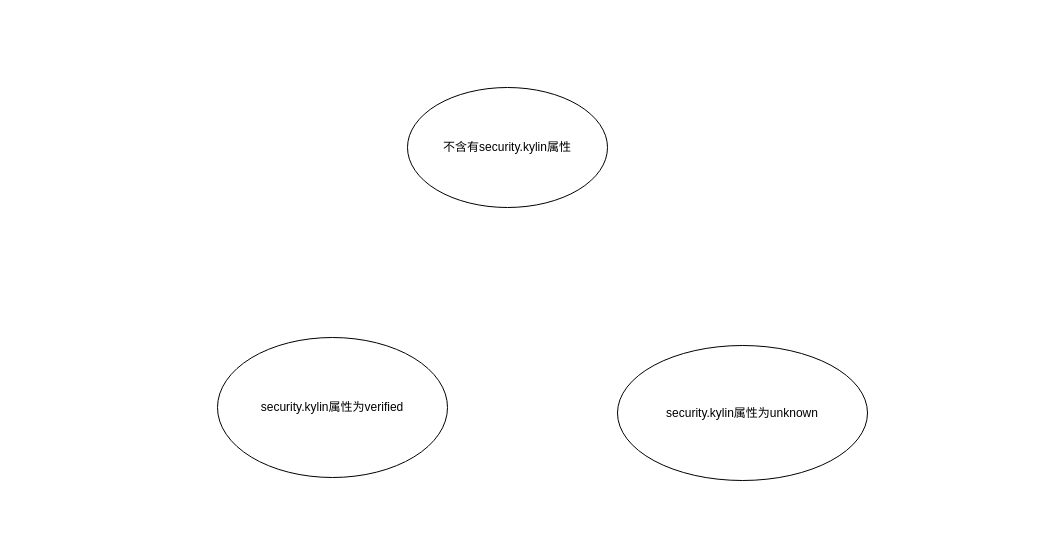
This is Doc/Diagrams/xattr_State_Transformation_Diagram.drawio from AnthemK/linux-exectl-based-on-xattr, a draw.io file, before an edit. Source tidied: cells renumbered, new cells numbered last; positions are measured from the earlier drawing's top-left corner, leaving out a move shared by most shapes. Both pictures are drawn from the tidied source at 100%, with x=0, y=0 at pixel (217, 87).
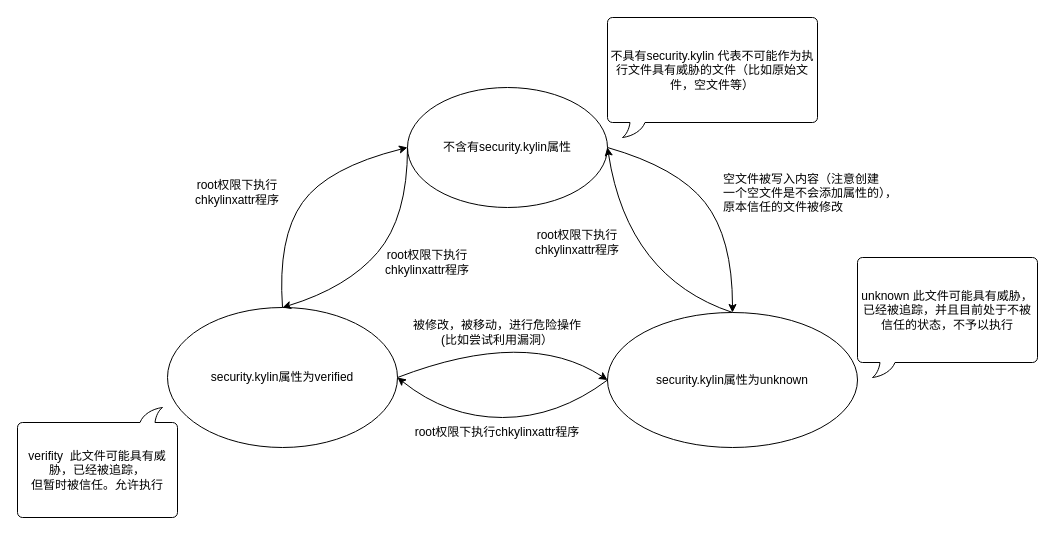
The same diagram, later.

The change refers to these unchanged cells:
```xml
<mxCell id="2" value="不含有security.kylin属性" style="ellipse;whiteSpace=wrap;html=1;" parent="1" vertex="1">
  <mxGeometry x="190" width="200" height="120" as="geometry" />
</mxCell>
```

Change to the diagram source:
```diff
@@
     <mxCell id="3" value="security.kylin属性为verified" style="ellipse;whiteSpace=wrap;html=1;" parent="1" vertex="1">
-      <mxGeometry y="250" width="230" height="140" as="geometry" />
+      <mxGeometry x="-50" y="220" width="230" height="140" as="geometry" />
     </mxCell>
     <mxCell id="4" value="&lt;span style=&quot;&quot;&gt;security.kylin属性为unknown&lt;/span&gt;" style="ellipse;whiteSpace=wrap;html=1;" parent="1" vertex="1">
-      <mxGeometry x="400" y="258" width="250" height="135" as="geometry" />
+      <mxGeometry x="390" y="225" width="250" height="135" as="geometry" />
     </mxCell>
+    <mxCell id="5" value="unknown 此文件可能具有威胁，已经被追踪，并且目前处于不被信任的状态，不予以执行" style="whiteSpace=wrap;html=1;shape=mxgraph.basic.roundRectCallout;dx=30;dy=15;size=5;boundedLbl=1;" parent="1" vertex="1">
+      <mxGeometry x="640" y="170" width="180" height="120" as="geometry" />
+    </mxCell>
+    <mxCell id="6" value="verifity&amp;nbsp; 此文件可能具有威胁，已经被追踪，&lt;br&gt;但暂时被信任。允许执行" style="whiteSpace=wrap;html=1;shape=mxgraph.basic.roundRectCallout;dx=30;dy=15;size=5;boundedLbl=1;direction=west;" parent="1" vertex="1">
+      <mxGeometry x="-200" y="320" width="160" height="110" as="geometry" />
+    </mxCell>
+    <mxCell id="7" value="不具有security.kylin 代表不可能作为执行文件具有威胁的文件（比如原始文件，空文件等）" style="whiteSpace=wrap;html=1;shape=mxgraph.basic.roundRectCallout;dx=30;dy=15;size=5;boundedLbl=1;" parent="1" vertex="1">
+      <mxGeometry x="390" y="-70" width="210" height="120" as="geometry" />
+    </mxCell>
+    <mxCell id="8" style="curved=1;endArrow=classic;html=1;rounded=0;exitX=0.5;exitY=0;exitDx=0;exitDy=0;entryX=0;entryY=0.5;entryDx=0;entryDy=0;" parent="1" edge="1" source="3" target="2">
+      <mxGeometry relative="1" as="geometry">
+        <Array as="points">
+          <mxPoint x="60" y="150" />
+          <mxPoint x="110" y="80" />
+        </Array>
+      </mxGeometry>
+    </mxCell>
+    <mxCell id="9" style="curved=1;endArrow=classic;html=1;rounded=0;exitX=1;exitY=0.5;exitDx=0;exitDy=0;entryX=0;entryY=0.5;entryDx=0;entryDy=0;" parent="1" edge="1" source="3" target="4">
+      <mxGeometry relative="1" as="geometry">
+        <Array as="points">
+          <mxPoint x="310" y="240" />
+        </Array>
+      </mxGeometry>
+    </mxCell>
+    <mxCell id="10" style="curved=1;endArrow=classic;html=1;rounded=0;exitX=0;exitY=0.5;exitDx=0;exitDy=0;entryX=1;entryY=0.5;entryDx=0;entryDy=0;" parent="1" edge="1" source="4" target="3">
+      <mxGeometry relative="1" as="geometry">
+        <Array as="points">
+          <mxPoint x="340" y="330" />
+          <mxPoint x="230" y="330" />
+        </Array>
+      </mxGeometry>
+    </mxCell>
+    <mxCell id="11" style="curved=1;endArrow=classic;html=1;rounded=0;entryX=0.5;entryY=0;entryDx=0;entryDy=0;exitX=1;exitY=0.5;exitDx=0;exitDy=0;" parent="1" edge="1" source="2" target="4">
+      <mxGeometry relative="1" as="geometry">
+        <Array as="points">
+          <mxPoint x="460" y="80" />
+          <mxPoint x="515" y="150" />
+        </Array>
+      </mxGeometry>
+    </mxCell>
+    <mxCell id="12" value="空文件被写入内容（注意创建&#10;一个空文件是不会添加属性的），&#10;原本信任的文件被修改" style="text;strokeColor=none;fillColor=none;align=left;verticalAlign=middle;spacingLeft=4;spacingRight=4;overflow=hidden;" parent="1" vertex="1">
+      <mxGeometry x="500" y="70" width="200" height="70" as="geometry" />
+    </mxCell>
+    <mxCell id="13" value="被修改，被移动，进行危险操作(比如尝试利用漏洞）" style="text;html=1;strokeColor=none;fillColor=none;align=center;verticalAlign=middle;whiteSpace=wrap;rounded=0;" parent="1" vertex="1">
+      <mxGeometry x="190" y="230" width="180" height="30" as="geometry" />
+    </mxCell>
+    <mxCell id="14" value="root权限下执行chkylinxattr程序" style="text;html=1;strokeColor=none;fillColor=none;align=center;verticalAlign=middle;whiteSpace=wrap;rounded=0;" parent="1" vertex="1">
+      <mxGeometry x="185" y="330" width="190" height="30" as="geometry" />
+    </mxCell>
+    <mxCell id="15" style="curved=1;endArrow=classic;html=1;rounded=0;exitX=0.5;exitY=0;exitDx=0;exitDy=0;entryX=1;entryY=0.5;entryDx=0;entryDy=0;" parent="1" edge="1" source="4" target="2">
+      <mxGeometry relative="1" as="geometry">
+        <Array as="points">
+          <mxPoint x="410" y="190" />
+        </Array>
+      </mxGeometry>
+    </mxCell>
+    <mxCell id="16" value="root权限下执行chkylinxattr程序" style="text;html=1;strokeColor=none;fillColor=none;align=center;verticalAlign=middle;whiteSpace=wrap;rounded=0;" parent="1" vertex="1">
+      <mxGeometry x="300" y="120" width="120" height="70" as="geometry" />
+    </mxCell>
+    <mxCell id="17" style="curved=1;endArrow=classic;html=1;rounded=0;exitX=0;exitY=0.5;exitDx=0;exitDy=0;entryX=0.5;entryY=0;entryDx=0;entryDy=0;" parent="1" edge="1" source="2" target="3">
+      <mxGeometry relative="1" as="geometry">
+        <Array as="points">
+          <mxPoint x="190" y="130" />
+          <mxPoint x="130" y="200" />
+        </Array>
+      </mxGeometry>
+    </mxCell>
+    <mxCell id="18" value="root权限下执行chkylinxattr程序" style="text;html=1;strokeColor=none;fillColor=none;align=center;verticalAlign=middle;whiteSpace=wrap;rounded=0;" parent="1" vertex="1">
+      <mxGeometry x="150" y="140" width="120" height="70" as="geometry" />
+    </mxCell>
+    <mxCell id="19" value="root权限下执行chkylinxattr程序" style="text;html=1;strokeColor=none;fillColor=none;align=center;verticalAlign=middle;whiteSpace=wrap;rounded=0;" parent="1" vertex="1">
+      <mxGeometry x="-40" y="70" width="120" height="70" as="geometry" />
+    </mxCell>
```
